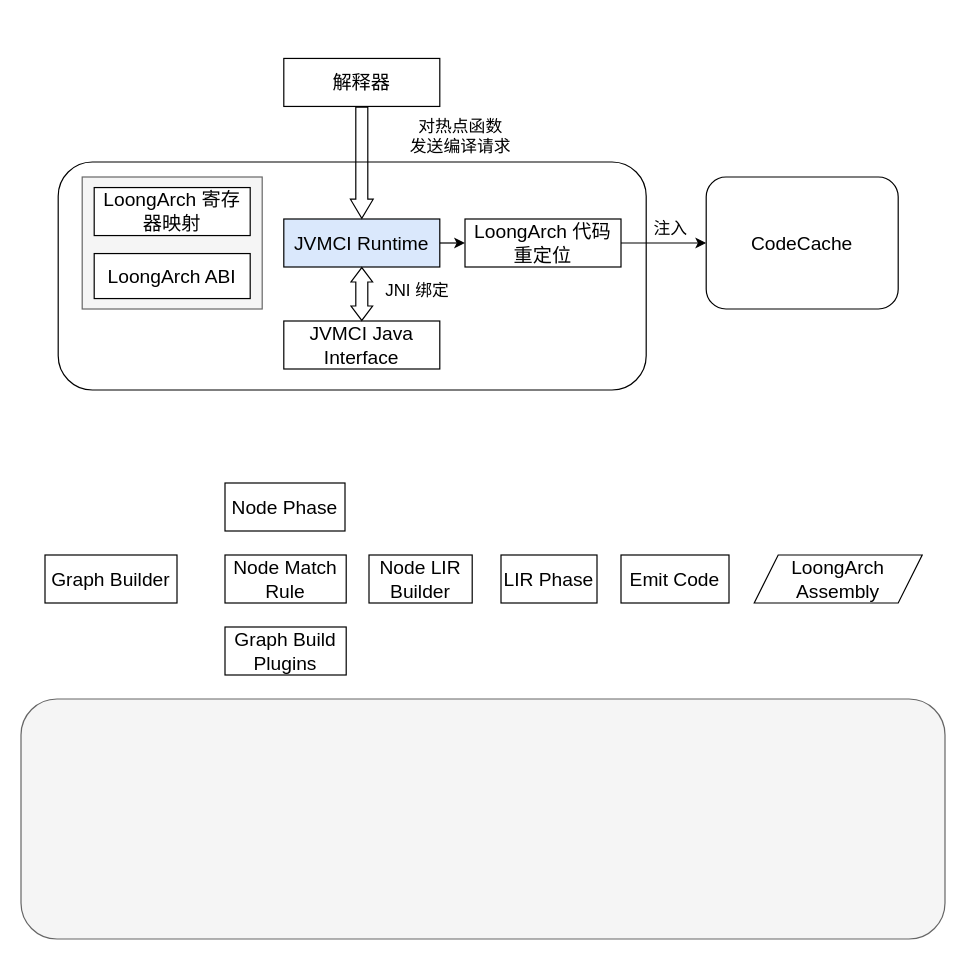
Before: Intro.drawio in f123888/Draw.IO, a draw.io diagram. Source tidied: cells renumbered, new cells numbered last; positions are measured from the earlier drawing's top-left corner, leaving out a move shared by most shapes. Both pictures are drawn from the tidied source at 120%, with x=0, y=0 at pixel (20, 58).
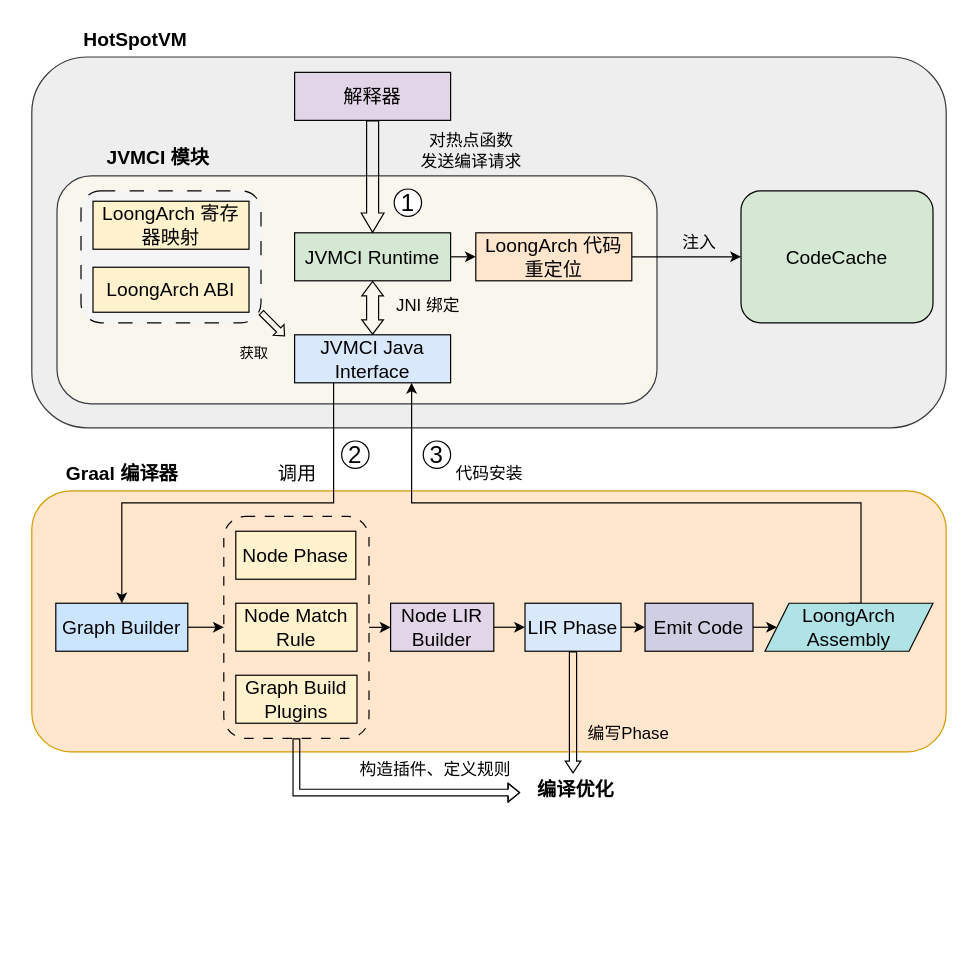
The same diagram, later.

Change to the diagram source:
```diff
@@
+    <mxCell id="27" style="rounded=1;whiteSpace=wrap;html=1;fillColor=#eeeeee;strokeColor=#36393d;" parent="1" vertex="1">
+      <mxGeometry x="9" y="-1" width="762" height="309" as="geometry" />
+    </mxCell>
-    <mxCell id="2" style="rounded=1;whiteSpace=wrap;html=1;" parent="1" vertex="1">
-      <mxGeometry x="31" y="86.5" width="490" height="190" as="geometry" />
+    <mxCell id="2" style="rounded=1;whiteSpace=wrap;html=1;fillColor=#f9f7ed;strokeColor=#36393d;" parent="1" vertex="1">
+      <mxGeometry x="30" y="98" width="500" height="190" as="geometry" />
     </mxCell>
-    <mxCell id="3" style="rounded=0;whiteSpace=wrap;html=1;fillColor=#f5f5f5;fontColor=#333333;strokeColor=#666666;" parent="1" vertex="1">
-      <mxGeometry x="51" y="99" width="150" height="110" as="geometry" />
+    <mxCell id="3" style="rounded=1;whiteSpace=wrap;html=1;fillColor=#f5f5f5;fontColor=#333333;strokeColor=#000000;dashed=1;dashPattern=12 12;" parent="1" vertex="1">
+      <mxGeometry x="50" y="110.5" width="150" height="110" as="geometry" />
     </mxCell>
-    <mxCell id="4" style="rounded=1;whiteSpace=wrap;html=1;fillColor=#f5f5f5;fontColor=#333333;strokeColor=#666666;" parent="1" vertex="1">
-      <mxGeometry y="534" width="770" height="200" as="geometry" />
+    <mxCell id="4" style="rounded=1;whiteSpace=wrap;html=1;fillColor=#ffe6cc;strokeColor=#d79b00;" parent="1" vertex="1">
+      <mxGeometry x="9" y="360.5" width="762" height="217.5" as="geometry" />
     </mxCell>
-    <mxCell id="5" value="&lt;font style=&quot;font-size: 16px;&quot;&gt;解释器&lt;/font&gt;" style="rounded=0;whiteSpace=wrap;html=1;" parent="1" vertex="1">
-      <mxGeometry x="219" y="0.2" width="130" height="40" as="geometry" />
+    <mxCell id="5" value="&lt;font style=&quot;font-size: 16px;&quot;&gt;解释器&lt;/font&gt;" style="rounded=0;whiteSpace=wrap;html=1;fillColor=#e1d5e7;strokeColor=#000000;" parent="1" vertex="1">
+      <mxGeometry x="228" y="11.8" width="130" height="40" as="geometry" />
     </mxCell>
+    <mxCell id="28" style="edgeStyle=orthogonalEdgeStyle;rounded=0;jettySize=auto;html=1;exitX=0.25;exitY=1;exitDx=0;exitDy=0;entryX=0.5;entryY=0;entryDx=0;entryDy=0;" parent="1" edge="1" source="6" target="9">
+      <mxGeometry relative="1" as="geometry">
+        <Array as="points">
+          <mxPoint x="261" y="370.5" />
+          <mxPoint x="84" y="370.5" />
+        </Array>
+      </mxGeometry>
+    </mxCell>
-    <mxCell id="6" value="&lt;font style=&quot;font-size: 16px;&quot;&gt;JVMCI Java Interface&lt;/font&gt;" style="rounded=0;whiteSpace=wrap;html=1;" parent="1" vertex="1">
-      <mxGeometry x="219" y="219" width="130" height="40" as="geometry" />
+    <mxCell id="6" value="&lt;font style=&quot;font-size: 16px;&quot;&gt;JVMCI Java Interface&lt;/font&gt;" style="rounded=0;whiteSpace=wrap;html=1;fillColor=#dae8fc;strokeColor=#000000;" parent="1" vertex="1">
+      <mxGeometry x="228" y="230.5" width="130" height="40" as="geometry" />
     </mxCell>
@@
-    <mxCell id="8" value="&lt;font style=&quot;font-size: 16px;&quot;&gt;JVMCI Runtime&lt;/font&gt;" style="rounded=0;whiteSpace=wrap;html=1;fillColor=#dae8fc;strokeColor=#000000;" parent="1" vertex="1">
-      <mxGeometry x="219" y="134" width="130" height="40" as="geometry" />
+    <mxCell id="8" value="&lt;font style=&quot;font-size: 16px;&quot;&gt;JVMCI Runtime&lt;/font&gt;" style="rounded=0;whiteSpace=wrap;html=1;fillColor=#d5e8d4;strokeColor=#000000;" parent="1" vertex="1">
+      <mxGeometry x="228" y="145.5" width="130" height="40" as="geometry" />
     </mxCell>
-    <mxCell id="9" value="&lt;font style=&quot;font-size: 16px;&quot;&gt;Graph Builder&lt;/font&gt;" style="rounded=0;whiteSpace=wrap;html=1;" parent="1" vertex="1">
-      <mxGeometry x="20" y="414" width="110" height="40" as="geometry" />
-    </mxCell>
-    <mxCell id="10" value="&lt;font style=&quot;font-size: 16px;&quot;&gt;Node Phase&lt;/font&gt;" style="rounded=0;whiteSpace=wrap;html=1;" parent="1" vertex="1">
-      <mxGeometry x="170" y="354" width="100" height="40" as="geometry" />
-    </mxCell>
-    <mxCell id="11" value="&lt;font style=&quot;font-size: 16px;&quot;&gt;Node LIR Builder&lt;/font&gt;" style="rounded=0;whiteSpace=wrap;html=1;" parent="1" vertex="1">
-      <mxGeometry x="290" y="414" width="86" height="40" as="geometry" />
-    </mxCell>
-    <mxCell id="12" value="&lt;font style=&quot;font-size: 16px;&quot;&gt;LIR Phase&lt;/font&gt;" style="rounded=0;whiteSpace=wrap;html=1;" parent="1" vertex="1">
-      <mxGeometry x="400" y="414" width="80" height="40" as="geometry" />
-    </mxCell>
-    <mxCell id="13" value="&lt;span style=&quot;font-size: 16px;&quot;&gt;Emit Code&lt;/span&gt;" style="rounded=0;whiteSpace=wrap;html=1;" parent="1" vertex="1">
-      <mxGeometry x="500" y="414" width="90" height="40" as="geometry" />
-    </mxCell>
-    <mxCell id="14" value="&lt;font style=&quot;font-size: 16px;&quot;&gt;Node Match Rule&lt;/font&gt;" style="rounded=0;whiteSpace=wrap;html=1;" parent="1" vertex="1">
-      <mxGeometry x="170" y="414" width="101" height="40" as="geometry" />
-    </mxCell>
-    <mxCell id="15" value="&lt;font style=&quot;font-size: 16px;&quot;&gt;Graph Build Plugins&lt;/font&gt;" style="rounded=0;whiteSpace=wrap;html=1;" parent="1" vertex="1">
-      <mxGeometry x="170" y="474" width="101" height="40" as="geometry" />
-    </mxCell>
-    <mxCell id="16" value="&lt;font style=&quot;font-size: 16px;&quot;&gt;CodeCache&lt;/font&gt;" style="rounded=1;whiteSpace=wrap;html=1;" parent="1" vertex="1">
-      <mxGeometry x="571" y="99" width="160" height="110" as="geometry" />
+    <mxCell id="16" value="&lt;font style=&quot;font-size: 16px;&quot;&gt;CodeCache&lt;/font&gt;" style="rounded=1;whiteSpace=wrap;html=1;fillColor=#d5e8d4;strokeColor=#000000;" parent="1" vertex="1">
+      <mxGeometry x="600" y="110.5" width="160" height="110" as="geometry" />
     </mxCell>
-    <mxCell id="17" value="&lt;span style=&quot;font-size: 16px;&quot;&gt;LoongArch Assembly&lt;/span&gt;" style="shape=parallelogram;perimeter=parallelogramPerimeter;whiteSpace=wrap;html=1;fixedSize=1;" parent="1" vertex="1">
-      <mxGeometry x="611" y="414" width="140" height="40" as="geometry" />
-    </mxCell>
@@
-    <mxCell id="19" value="&lt;font style=&quot;font-size: 16px;&quot;&gt;LoongArch 代码重定位&lt;/font&gt;" style="rounded=0;whiteSpace=wrap;html=1;" parent="1" vertex="1">
-      <mxGeometry x="370" y="134" width="130" height="40" as="geometry" />
+    <mxCell id="19" value="&lt;font style=&quot;font-size: 16px;&quot;&gt;LoongArch 代码重定位&lt;/font&gt;" style="rounded=0;whiteSpace=wrap;html=1;fillColor=#ffe6cc;strokeColor=#000000;" parent="1" vertex="1">
+      <mxGeometry x="379" y="145.5" width="130" height="40" as="geometry" />
     </mxCell>
-    <mxCell id="20" value="&lt;font style=&quot;font-size: 16px;&quot;&gt;LoongArch ABI&lt;/font&gt;" style="rounded=0;whiteSpace=wrap;html=1;" parent="1" vertex="1">
-      <mxGeometry x="61" y="162.8" width="130" height="37.5" as="geometry" />
+    <mxCell id="20" value="&lt;font style=&quot;font-size: 16px;&quot;&gt;LoongArch ABI&lt;/font&gt;" style="rounded=0;whiteSpace=wrap;html=1;fillColor=#fff2cc;strokeColor=#000000;" parent="1" vertex="1">
+      <mxGeometry x="60" y="174.2" width="130" height="37.5" as="geometry" />
     </mxCell>
+    <mxCell id="29" style="edgeStyle=orthogonalEdgeStyle;rounded=0;jettySize=auto;html=1;exitX=1;exitY=0.5;exitDx=0;exitDy=0;entryX=0;entryY=0.5;entryDx=0;entryDy=0;" parent="1" edge="1" source="30" target="11">
+      <mxGeometry relative="1" as="geometry" />
+    </mxCell>
+    <mxCell id="30" style="rounded=1;whiteSpace=wrap;html=1;dashed=1;dashPattern=8 8;fillColor=#ffe6cc;strokeColor=#000000;" parent="1" vertex="1">
+      <mxGeometry x="169" y="381.8" width="121" height="185" as="geometry" />
+    </mxCell>
-    <mxCell id="21" value="&lt;font style=&quot;font-size: 16px;&quot;&gt;LoongArch 寄存器映射&lt;/font&gt;" style="rounded=0;whiteSpace=wrap;html=1;" parent="1" vertex="1">
-      <mxGeometry x="61" y="107.8" width="130" height="40" as="geometry" />
+    <mxCell id="21" value="&lt;font style=&quot;font-size: 16px;&quot;&gt;LoongArch 寄存器映射&lt;/font&gt;" style="rounded=0;whiteSpace=wrap;html=1;fillColor=#fff2cc;strokeColor=#000000;" parent="1" vertex="1">
+      <mxGeometry x="60" y="119.2" width="130" height="40" as="geometry" />
     </mxCell>
@@
     <mxCell id="23" value="&lt;font style=&quot;font-size: 14px;&quot;&gt;对热点函数&lt;br&gt;发送编译请求&lt;/font&gt;" style="text;html=1;align=center;verticalAlign=middle;strokeColor=none;fillColor=none;" parent="1" vertex="1">
-      <mxGeometry x="311" y="40.2" width="110" height="50" as="geometry" />
+      <mxGeometry x="320" y="51.8" width="110" height="50" as="geometry" />
     </mxCell>
@@
     <mxCell id="25" value="&lt;font style=&quot;font-size: 14px;&quot;&gt;JNI 绑定&lt;/font&gt;" style="text;html=1;align=center;verticalAlign=middle;strokeColor=none;fillColor=none;" parent="1" vertex="1">
-      <mxGeometry x="290" y="179" width="80" height="30" as="geometry" />
+      <mxGeometry x="299" y="190.5" width="80" height="30" as="geometry" />
     </mxCell>
     <mxCell id="26" value="&lt;font style=&quot;font-size: 14px;&quot;&gt;注入&lt;/font&gt;" style="text;html=1;align=center;verticalAlign=middle;strokeColor=none;fillColor=none;" parent="1" vertex="1">
-      <mxGeometry x="516" y="127" width="50" height="30" as="geometry" />
+      <mxGeometry x="540" y="138.5" width="50" height="30" as="geometry" />
     </mxCell>
+    <mxCell id="10" value="&lt;font style=&quot;font-size: 16px;&quot;&gt;Node Phase&lt;/font&gt;" style="rounded=0;whiteSpace=wrap;html=1;fillColor=#fff2cc;strokeColor=#000000;" parent="1" vertex="1">
+      <mxGeometry x="179" y="394.2" width="100" height="40" as="geometry" />
+    </mxCell>
+    <mxCell id="14" value="&lt;font style=&quot;font-size: 16px;&quot;&gt;Node Match Rule&lt;/font&gt;" style="rounded=0;whiteSpace=wrap;html=1;fillColor=#fff2cc;strokeColor=#000000;" parent="1" vertex="1">
+      <mxGeometry x="179" y="454.2" width="101" height="40" as="geometry" />
+    </mxCell>
+    <mxCell id="15" value="&lt;font style=&quot;font-size: 16px;&quot;&gt;Graph Build Plugins&lt;/font&gt;" style="rounded=0;whiteSpace=wrap;html=1;fillColor=#fff2cc;strokeColor=#000000;" parent="1" vertex="1">
+      <mxGeometry x="179" y="514.2" width="101" height="40" as="geometry" />
+    </mxCell>
+    <mxCell id="31" style="edgeStyle=orthogonalEdgeStyle;rounded=0;jettySize=auto;html=1;exitX=1;exitY=0.5;exitDx=0;exitDy=0;entryX=0;entryY=0.5;entryDx=0;entryDy=0;" parent="1" edge="1" source="9" target="30">
+      <mxGeometry relative="1" as="geometry" />
+    </mxCell>
+    <mxCell id="9" value="&lt;font style=&quot;font-size: 16px;&quot;&gt;Graph Builder&lt;/font&gt;" style="rounded=0;whiteSpace=wrap;html=1;fillColor=#cce5ff;strokeColor=#000000;" parent="1" vertex="1">
+      <mxGeometry x="29" y="454.2" width="110" height="40" as="geometry" />
+    </mxCell>
+    <mxCell id="32" style="edgeStyle=orthogonalEdgeStyle;rounded=0;jettySize=auto;html=1;exitX=1;exitY=0.5;exitDx=0;exitDy=0;entryX=0;entryY=0.5;entryDx=0;entryDy=0;" parent="1" edge="1" source="11" target="12">
+      <mxGeometry relative="1" as="geometry" />
+    </mxCell>
+    <mxCell id="11" value="&lt;font style=&quot;font-size: 16px;&quot;&gt;Node LIR Builder&lt;/font&gt;" style="rounded=0;whiteSpace=wrap;html=1;fillColor=#e1d5e7;strokeColor=#000000;" parent="1" vertex="1">
+      <mxGeometry x="308" y="454.2" width="86" height="40" as="geometry" />
+    </mxCell>
+    <mxCell id="33" style="edgeStyle=orthogonalEdgeStyle;rounded=0;jettySize=auto;html=1;exitX=1;exitY=0.5;exitDx=0;exitDy=0;entryX=0;entryY=0.5;entryDx=0;entryDy=0;" parent="1" edge="1" source="12" target="13">
+      <mxGeometry relative="1" as="geometry" />
+    </mxCell>
+    <mxCell id="12" value="&lt;font style=&quot;font-size: 16px;&quot;&gt;LIR Phase&lt;/font&gt;" style="rounded=0;whiteSpace=wrap;html=1;fillColor=#dae8fc;strokeColor=#000000;" parent="1" vertex="1">
+      <mxGeometry x="420" y="454.2" width="80" height="40" as="geometry" />
+    </mxCell>
+    <mxCell id="34" style="edgeStyle=orthogonalEdgeStyle;rounded=0;jettySize=auto;html=1;exitX=1;exitY=0.5;exitDx=0;exitDy=0;entryX=0;entryY=0.5;entryDx=0;entryDy=0;" parent="1" edge="1" source="13" target="17">
+      <mxGeometry relative="1" as="geometry" />
+    </mxCell>
+    <mxCell id="13" value="&lt;span style=&quot;font-size: 16px;&quot;&gt;Emit Code&lt;/span&gt;" style="rounded=0;whiteSpace=wrap;html=1;fillColor=#d0cee2;strokeColor=#000000;" parent="1" vertex="1">
+      <mxGeometry x="520" y="454.2" width="90" height="40" as="geometry" />
+    </mxCell>
+    <mxCell id="35" style="edgeStyle=orthogonalEdgeStyle;rounded=0;jettySize=auto;html=1;exitX=0.5;exitY=0;exitDx=0;exitDy=0;entryX=0.75;entryY=1;entryDx=0;entryDy=0;" parent="1" edge="1" source="17" target="6">
+      <mxGeometry relative="1" as="geometry">
+        <Array as="points">
+          <mxPoint x="700" y="370.5" />
+          <mxPoint x="326" y="370.5" />
+        </Array>
+      </mxGeometry>
+    </mxCell>
+    <mxCell id="17" value="&lt;span style=&quot;font-size: 16px;&quot;&gt;LoongArch Assembly&lt;/span&gt;" style="shape=parallelogram;perimeter=parallelogramPerimeter;whiteSpace=wrap;html=1;fixedSize=1;fillColor=#b0e3e6;strokeColor=#000000;" parent="1" vertex="1">
+      <mxGeometry x="620" y="454.2" width="140" height="40" as="geometry" />
+    </mxCell>
+    <mxCell id="36" value="&lt;b&gt;&lt;font style=&quot;font-size: 16px;&quot;&gt;Graal 编译器&lt;/font&gt;&lt;/b&gt;" style="text;html=1;align=center;verticalAlign=middle;strokeColor=none;fillColor=none;" parent="1" vertex="1">
+      <mxGeometry x="24" y="330.5" width="120" height="30" as="geometry" />
+    </mxCell>
+    <mxCell id="37" value="&lt;b&gt;&lt;font style=&quot;font-size: 16px;&quot;&gt;JVMCI 模块&lt;/font&gt;&lt;/b&gt;" style="text;html=1;align=center;verticalAlign=middle;strokeColor=none;fillColor=none;" parent="1" vertex="1">
+      <mxGeometry x="59" y="68" width="110" height="30" as="geometry" />
+    </mxCell>
+    <mxCell id="38" value="&lt;font style=&quot;font-size: 16px;&quot;&gt;&lt;b&gt;HotSpotVM&lt;/b&gt;&lt;/font&gt;" style="text;html=1;align=center;verticalAlign=middle;strokeColor=none;fillColor=none;" parent="1" vertex="1">
+      <mxGeometry x="40" y="-31" width="110" height="30" as="geometry" />
+    </mxCell>
+    <mxCell id="39" value="&lt;font style=&quot;font-size: 14px;&quot;&gt;代码安装&lt;/font&gt;" style="text;html=1;align=center;verticalAlign=middle;strokeColor=none;fillColor=none;" parent="1" vertex="1">
+      <mxGeometry x="350" y="330.5" width="80" height="30" as="geometry" />
+    </mxCell>
+    <mxCell id="40" value="&lt;font style=&quot;font-size: 16px;&quot;&gt;调用&lt;/font&gt;" style="text;html=1;align=center;verticalAlign=middle;strokeColor=none;fillColor=none;" parent="1" vertex="1">
+      <mxGeometry x="200" y="330.5" width="60" height="30" as="geometry" />
+    </mxCell>
+    <mxCell id="41" style="shape=flexArrow;endArrow=classic;html=1;rounded=0;endSize=2;startSize=2;endWidth=6.56;strokeWidth=1;width=4.96;" parent="1" edge="1">
+      <mxGeometry relative="1" as="geometry">
+        <mxPoint x="200" y="211.8" as="sourcePoint" />
+        <mxPoint x="220" y="231.8" as="targetPoint" />
+      </mxGeometry>
+    </mxCell>
+    <mxCell id="42" value="获取" style="text;html=1;align=center;verticalAlign=middle;strokeColor=none;fillColor=none;" parent="1" vertex="1">
+      <mxGeometry x="169" y="230.5" width="50" height="30" as="geometry" />
+    </mxCell>
+    <mxCell id="43" value="&lt;font style=&quot;font-size: 20px;&quot;&gt;1&lt;/font&gt;" style="ellipse;whiteSpace=wrap;html=1;" parent="1" vertex="1">
+      <mxGeometry x="311" y="109" width="22.8" height="22.8" as="geometry" />
+    </mxCell>
+    <mxCell id="44" value="&lt;font style=&quot;font-size: 20px;&quot;&gt;2&lt;/font&gt;" style="ellipse;whiteSpace=wrap;html=1;" parent="1" vertex="1">
+      <mxGeometry x="267.2" y="319" width="22.8" height="22.8" as="geometry" />
+    </mxCell>
+    <mxCell id="45" value="&lt;font style=&quot;font-size: 20px;&quot;&gt;3&lt;/font&gt;" style="ellipse;whiteSpace=wrap;html=1;" parent="1" vertex="1">
+      <mxGeometry x="335.2" y="319" width="22.8" height="22.8" as="geometry" />
+    </mxCell>
+    <mxCell id="46" value="&lt;font style=&quot;font-size: 16px;&quot;&gt;&lt;b&gt;编译优化&lt;/b&gt;&lt;/font&gt;" style="text;html=1;align=center;verticalAlign=middle;points=[];strokeColor=none;fillColor=none;rounded=1;dashed=1;dashPattern=8 8;" parent="1" vertex="1">
+      <mxGeometry x="417" y="594" width="90" height="30" as="geometry" />
+    </mxCell>
+    <mxCell id="47" style="edgeStyle=orthogonalEdgeStyle;rounded=0;jettySize=auto;html=1;exitX=0.5;exitY=1;exitDx=0;exitDy=0;entryX=-0.011;entryY=0.6;entryDx=0;entryDy=0;entryPerimeter=0;shape=flexArrow;width=5.6;endSize=2.872;endWidth=8.959999999999999;" parent="1" edge="1" source="30" target="46">
+      <mxGeometry relative="1" as="geometry" />
+    </mxCell>
+    <mxCell id="48" style="edgeStyle=orthogonalEdgeStyle;rounded=0;jettySize=auto;html=1;exitX=0.5;exitY=1;exitDx=0;exitDy=0;entryX=0.478;entryY=0.067;entryDx=0;entryDy=0;entryPerimeter=0;shape=flexArrow;width=6;endSize=2.936;endWidth=6;" parent="1" edge="1" source="12" target="46">
+      <mxGeometry relative="1" as="geometry" />
+    </mxCell>
+    <mxCell id="49" value="&lt;font style=&quot;font-size: 14px;&quot;&gt;编写Phase&lt;/font&gt;" style="text;html=1;align=center;verticalAlign=middle;strokeColor=none;fillColor=none;" parent="1" vertex="1">
+      <mxGeometry x="461" y="548" width="90" height="30" as="geometry" />
+    </mxCell>
+    <mxCell id="50" value="&lt;span style=&quot;font-size: 14px;&quot;&gt;构造插件、定义规则&lt;/span&gt;" style="text;html=1;align=center;verticalAlign=middle;strokeColor=none;fillColor=none;" parent="1" vertex="1">
+      <mxGeometry x="270" y="578" width="150" height="30" as="geometry" />
+    </mxCell>
```
